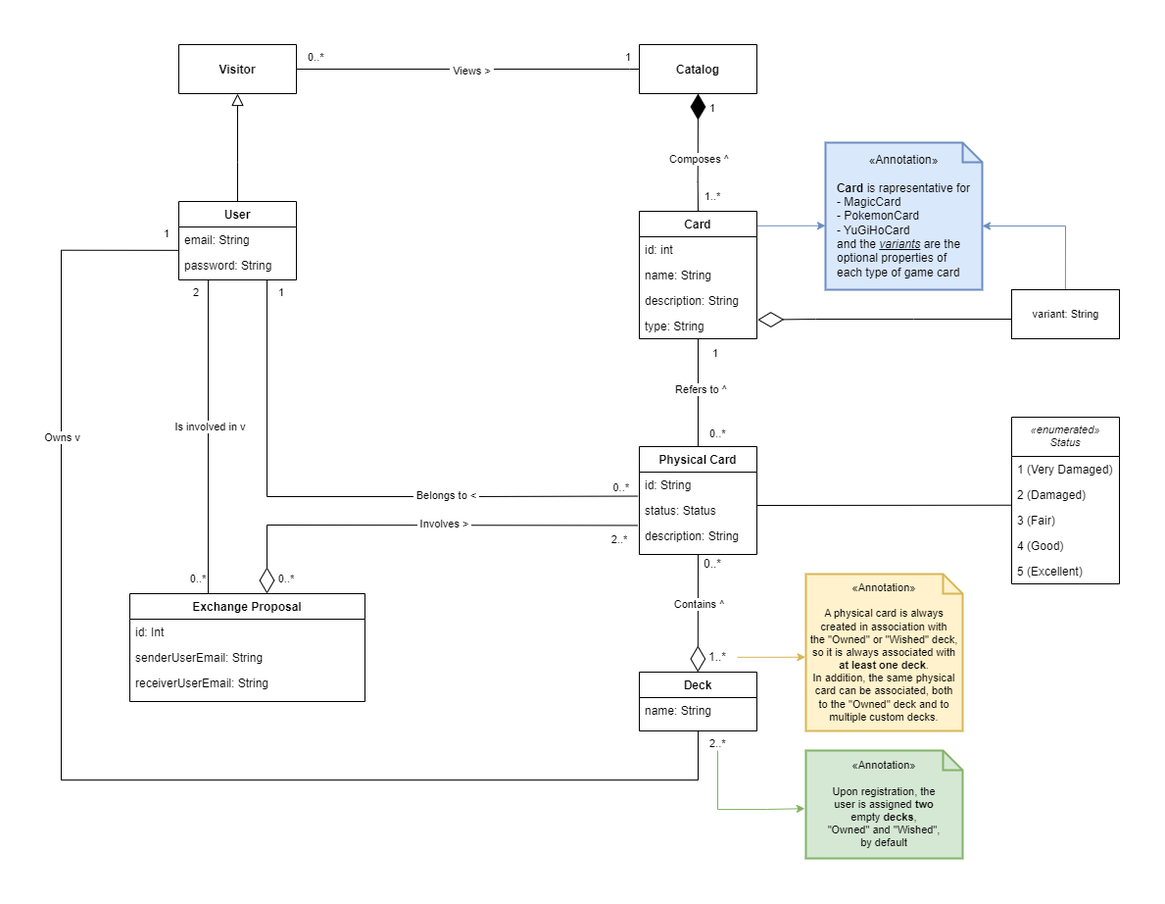
Earlier version of the draw.io export DOC/Inception/Artifacts/DomainModel/DomainModel.png (alessioarcara/Card-Exchange). Source tidied: cells renumbered, new cells last; positions are measured from the earlier drawing's top-left corner, leaving out a move shared by most shapes.
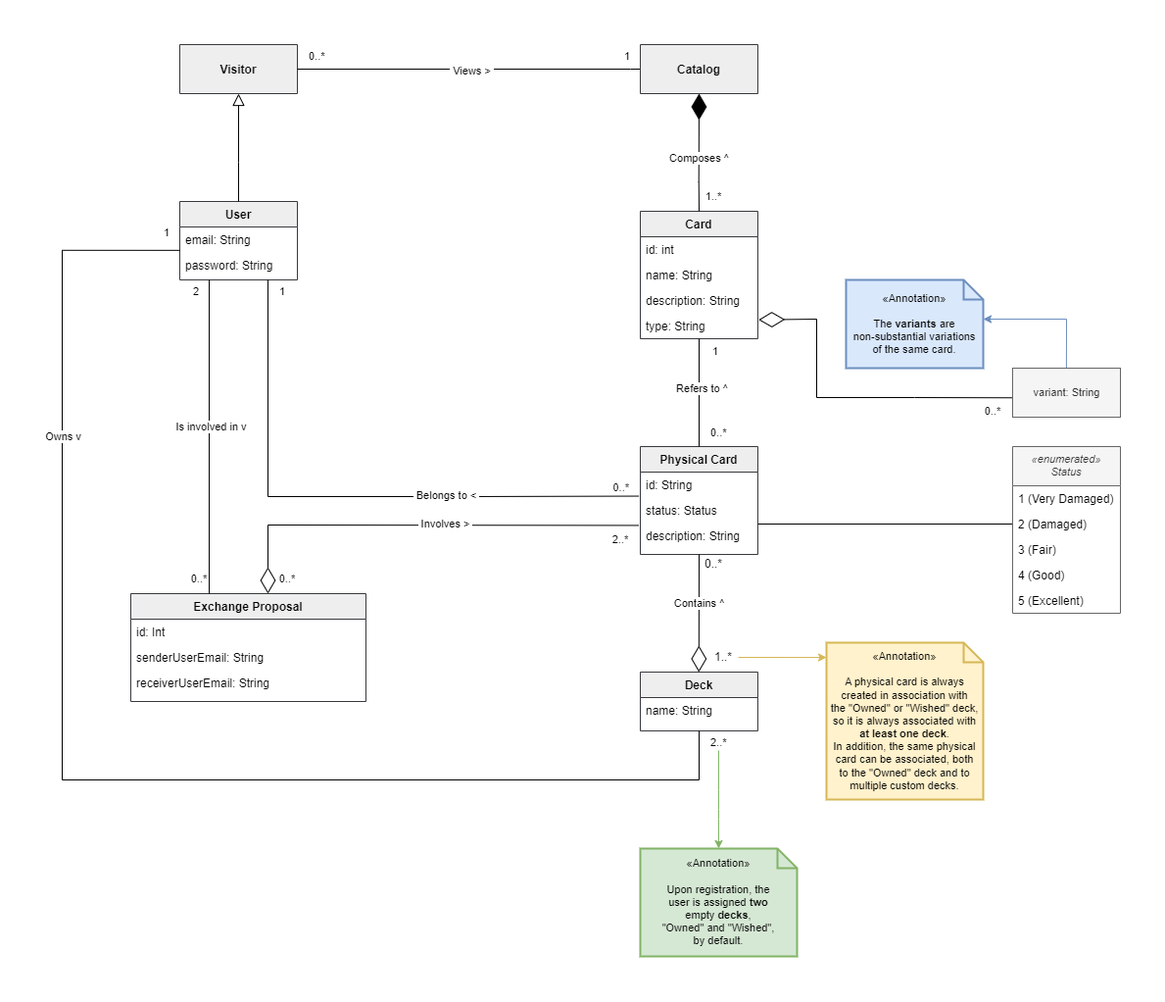
After the commit.

The edit, as a diff of the source:
```diff
@@ -4,6 +4,6 @@
     <mxCell id="1" parent="0" />
-    <mxCell id="2" value="Visitor" style="swimlane;fontStyle=1;align=center;verticalAlign=middle;horizontal=1;startSize=50;rounded=0;shadow=0;strokeWidth=1;" parent="1" vertex="1">
+    <mxCell id="2" value="Visitor" style="swimlane;fontStyle=1;align=center;verticalAlign=middle;horizontal=1;startSize=50;rounded=0;shadow=0;strokeWidth=1;fillColor=#eeeeee;strokeColor=#36393d;" parent="1" vertex="1">
       <mxGeometry x="120" width="120" height="50" as="geometry" />
     </mxCell>
-    <mxCell id="3" value="User" style="swimlane;fontStyle=1;align=center;verticalAlign=top;horizontal=1;startSize=26;rounded=0;shadow=0;strokeWidth=1;" parent="1" vertex="1">
+    <mxCell id="3" value="User" style="swimlane;fontStyle=1;align=center;verticalAlign=top;horizontal=1;startSize=26;rounded=0;shadow=0;strokeWidth=1;fillColor=#eeeeee;strokeColor=#36393d;" parent="1" vertex="1">
       <mxGeometry x="120" y="160" width="120" height="80" as="geometry" />
@@ -26,3 +26,3 @@
     </mxCell>
-    <mxCell id="7" value="Card" style="swimlane;fontStyle=1;align=center;verticalAlign=top;horizontal=1;startSize=26;rounded=0;shadow=0;strokeWidth=1;" parent="1" vertex="1">
+    <mxCell id="7" value="Card" style="swimlane;fontStyle=1;align=center;verticalAlign=top;horizontal=1;startSize=26;rounded=0;shadow=0;strokeWidth=1;fillColor=#eeeeee;strokeColor=#36393d;" parent="1" vertex="1">
       <mxGeometry x="590" y="170" width="120" height="130" as="geometry" />
@@ -41,3 +41,3 @@
     </mxCell>
-    <mxCell id="12" value="Physical Card" style="swimlane;fontStyle=1;align=center;verticalAlign=top;horizontal=1;startSize=26;rounded=0;shadow=0;strokeWidth=1;" parent="1" vertex="1">
+    <mxCell id="12" value="Physical Card" style="swimlane;fontStyle=1;align=center;verticalAlign=top;horizontal=1;startSize=26;rounded=0;shadow=0;strokeWidth=1;fillColor=#eeeeee;strokeColor=#36393d;" parent="1" vertex="1">
       <mxGeometry x="590" y="410" width="120" height="110" as="geometry" />
@@ -53,3 +53,3 @@
     </mxCell>
-    <mxCell id="16" value="Deck" style="swimlane;fontStyle=1;align=center;verticalAlign=top;horizontal=1;startSize=26;rounded=0;shadow=0;strokeWidth=1;" parent="1" vertex="1">
+    <mxCell id="16" value="Deck" style="swimlane;fontStyle=1;align=center;verticalAlign=top;horizontal=1;startSize=26;rounded=0;shadow=0;strokeWidth=1;fillColor=#eeeeee;strokeColor=#36393d;" parent="1" vertex="1">
       <mxGeometry x="590" y="640" width="120" height="60" as="geometry" />
@@ -60,3 +60,3 @@
     <mxCell id="18" value="1..*" style="text;html=1;strokeColor=none;fillColor=none;align=center;verticalAlign=middle;whiteSpace=wrap;rounded=0;" parent="1" vertex="1">
-      <mxGeometry x="640" y="610" width="60" height="30" as="geometry" />
+      <mxGeometry x="660" y="610" width="30" height="30" as="geometry" />
     </mxCell>
@@ -65,3 +65,3 @@
     </mxCell>
-    <mxCell id="20" value="Exchange Proposal" style="swimlane;fontStyle=1;align=center;verticalAlign=top;horizontal=1;startSize=26;rounded=0;shadow=0;strokeWidth=1;" parent="1" vertex="1">
+    <mxCell id="20" value="Exchange Proposal" style="swimlane;fontStyle=1;align=center;verticalAlign=top;horizontal=1;startSize=26;rounded=0;shadow=0;strokeWidth=1;fillColor=#eeeeee;strokeColor=#36393d;" parent="1" vertex="1">
       <mxGeometry x="70" y="560" width="240" height="110" as="geometry" />
@@ -201,7 +201,7 @@
     </mxCell>
-    <mxCell id="45" style="endArrow=none;html=1;edgeStyle=orthogonalEdgeStyle;rounded=0;entryX=0.005;entryY=0.915;entryDx=0;entryDy=0;entryPerimeter=0;" parent="1" edge="1" target="48">
+    <mxCell id="45" style="endArrow=none;html=1;edgeStyle=orthogonalEdgeStyle;rounded=0;entryX=0;entryY=0.5;entryDx=0;entryDy=0;" parent="1" edge="1" target="48">
       <mxGeometry relative="1" as="geometry">
-        <mxPoint x="710" y="470" as="sourcePoint" />
+        <mxPoint x="710" y="489" as="sourcePoint" />
         <Array as="points">
-          <mxPoint x="971" y="470" />
+          <mxPoint x="710" y="489" />
         </Array>
@@ -209,4 +209,4 @@
     </mxCell>
-    <mxCell id="46" value="«enumerated»&#10;Status" style="swimlane;fontStyle=2;align=center;verticalAlign=top;horizontal=1;startSize=40;rounded=0;shadow=0;strokeWidth=1;fontSize=11;" parent="1" vertex="1">
-      <mxGeometry x="970" y="380" width="110" height="170" as="geometry" />
+    <mxCell id="46" value="«enumerated»&#10;Status" style="swimlane;fontStyle=2;align=center;verticalAlign=top;horizontal=1;startSize=40;rounded=0;shadow=0;strokeWidth=1;fontSize=11;fillColor=#f5f5f5;fontColor=#333333;strokeColor=#666666;" parent="1" vertex="1">
+      <mxGeometry x="970" y="410" width="110" height="170" as="geometry" />
     </mxCell>
@@ -237,10 +237,10 @@
     </mxCell>
-    <mxCell id="54" value="variant: String" style="html=1;fontSize=11;" parent="1" vertex="1">
-      <mxGeometry x="970" y="250" width="110" height="50" as="geometry" />
+    <mxCell id="54" value="variant: String" style="html=1;fontSize=11;fillColor=#f5f5f5;strokeColor=#666666;fontColor=#333333;" parent="1" vertex="1">
+      <mxGeometry x="970" y="330" width="110" height="50" as="geometry" />
     </mxCell>
-    <mxCell id="55" style="endArrow=diamondThin;endFill=0;endSize=24;html=1;rounded=0;fontSize=11;entryX=1.006;entryY=0.258;entryDx=0;entryDy=0;entryPerimeter=0;" parent="1" edge="1" target="11">
+    <mxCell id="55" style="endArrow=diamondThin;endFill=0;endSize=24;html=1;rounded=0;fontSize=11;entryX=1.006;entryY=0.258;entryDx=0;entryDy=0;entryPerimeter=0;exitX=-0.005;exitY=0.605;exitDx=0;exitDy=0;exitPerimeter=0;" parent="1" edge="1" source="54" target="11">
       <mxGeometry relative="1" as="geometry">
-        <mxPoint x="970" y="280" as="sourcePoint" />
         <Array as="points">
-          <mxPoint x="870" y="280" />
+          <mxPoint x="870" y="360" />
+          <mxPoint x="770" y="360" />
           <mxPoint x="770" y="280" />
@@ -249,5 +249,2 @@
     </mxCell>
-    <mxCell id="56" value="1" style="text;html=1;strokeColor=none;fillColor=none;align=center;verticalAlign=middle;whiteSpace=wrap;rounded=0;fontSize=11;" parent="1" vertex="1">
-      <mxGeometry x="635" y="50" width="60" height="30" as="geometry" />
-    </mxCell>
     <mxCell id="57" value="1..*" style="text;html=1;strokeColor=none;fillColor=none;align=center;verticalAlign=middle;whiteSpace=wrap;rounded=0;fontSize=11;" parent="1" vertex="1">
@@ -255,17 +252,13 @@
     </mxCell>
-    <mxCell id="58" value="&lt;div style=&quot;border-color: var(--border-color); font-size: 12px;&quot;&gt;&lt;font style=&quot;border-color: var(--border-color);&quot;&gt;«Annotation»&lt;/font&gt;&lt;/div&gt;&lt;div style=&quot;border-color: var(--border-color); font-size: 12px; text-align: left;&quot;&gt;&lt;span style=&quot;border-color: var(--border-color); background-color: initial;&quot;&gt;&lt;br style=&quot;border-color: var(--border-color);&quot;&gt;&lt;/span&gt;&lt;/div&gt;&lt;font style=&quot;border-color: var(--border-color); font-size: 12px; text-align: left;&quot;&gt;&lt;div style=&quot;border-color: var(--border-color);&quot;&gt;&lt;b style=&quot;border-color: var(--border-color); background-color: initial;&quot;&gt;Card&amp;nbsp;&lt;/b&gt;&lt;span style=&quot;border-color: var(--border-color); background-color: initial;&quot;&gt;is rapresentative for&lt;/span&gt;&lt;/div&gt;&lt;div style=&quot;border-color: var(--border-color);&quot;&gt;&lt;span style=&quot;border-color: var(--border-color); background-color: initial;&quot;&gt;- MagicCard&lt;/span&gt;&lt;/div&gt;&lt;div style=&quot;border-color: var(--border-color);&quot;&gt;&lt;span style=&quot;border-color: var(--border-color); background-color: initial;&quot;&gt;- PokemonCard&lt;/span&gt;&lt;/div&gt;&lt;div style=&quot;border-color: var(--border-color);&quot;&gt;&lt;span style=&quot;border-color: var(--border-color); background-color: initial;&quot;&gt;- YuGiHoCard&lt;/span&gt;&lt;/div&gt;&lt;div style=&quot;border-color: var(--border-color);&quot;&gt;&lt;span style=&quot;border-color: var(--border-color); background-color: initial;&quot;&gt;and the &lt;i style=&quot;&quot;&gt;&lt;u&gt;variants&lt;/u&gt;&lt;/i&gt;&amp;nbsp;are the&lt;/span&gt;&lt;/div&gt;&lt;div style=&quot;border-color: var(--border-color);&quot;&gt;&lt;span style=&quot;border-color: var(--border-color); background-color: initial;&quot;&gt;optional properties of&amp;nbsp;&lt;/span&gt;&lt;/div&gt;&lt;div style=&quot;border-color: var(--border-color);&quot;&gt;&lt;span style=&quot;border-color: var(--border-color); background-color: initial;&quot;&gt;each type of&amp;nbsp;&lt;/span&gt;&lt;span style=&quot;background-color: initial;&quot;&gt;game card&lt;/span&gt;&lt;/div&gt;&lt;/font&gt;" style="shape=note;strokeWidth=2;fontSize=14;size=20;whiteSpace=wrap;html=1;fillColor=#dae8fc;strokeColor=#6c8ebf;" parent="1" vertex="1">
-      <mxGeometry x="780" y="100" width="160" height="150" as="geometry" />
-    </mxCell>
-    <mxCell id="59" style="endArrow=classic;html=1;rounded=0;entryX=0;entryY=0.565;entryDx=0;entryDy=0;entryPerimeter=0;exitX=1.004;exitY=0.114;exitDx=0;exitDy=0;exitPerimeter=0;fillColor=#dae8fc;strokeColor=#6c8ebf;" parent="1" edge="1" source="7" target="58">
-      <mxGeometry relative="1" as="geometry" />
-    </mxCell>
-    <mxCell id="60" value="&lt;div style=&quot;border-color: var(--border-color); font-size: 11px;&quot;&gt;&lt;font style=&quot;border-color: var(--border-color); font-size: 11px;&quot;&gt;«Annotation»&lt;/font&gt;&lt;/div&gt;&lt;div style=&quot;border-color: var(--border-color); font-size: 11px;&quot;&gt;&lt;span style=&quot;border-color: var(--border-color); background-color: initial;&quot;&gt;&lt;font style=&quot;font-size: 11px;&quot;&gt;&lt;br style=&quot;border-color: var(--border-color);&quot;&gt;&lt;/font&gt;&lt;/span&gt;&lt;/div&gt;&lt;font style=&quot;border-color: var(--border-color); font-size: 11px;&quot;&gt;&lt;div style=&quot;border-color: var(--border-color);&quot;&gt;&lt;span style=&quot;border-color: var(--border-color); background-color: initial;&quot;&gt;Upon registration, the&lt;/span&gt;&lt;/div&gt;&lt;div style=&quot;border-color: var(--border-color);&quot;&gt;&lt;span style=&quot;border-color: var(--border-color); background-color: initial;&quot;&gt;user&amp;nbsp;&lt;/span&gt;&lt;span style=&quot;background-color: initial; border-color: var(--border-color);&quot;&gt;is assigned &lt;b&gt;two &lt;/b&gt;empty&amp;nbsp;&lt;/span&gt;&lt;b style=&quot;background-color: initial;&quot;&gt;decks&lt;/b&gt;&lt;span style=&quot;background-color: initial;&quot;&gt;,&lt;/span&gt;&lt;/div&gt;&lt;div style=&quot;border-color: var(--border-color);&quot;&gt;&lt;span style=&quot;background-color: initial;&quot;&gt;&quot;Owned&quot; and &quot;Wished&quot;,&lt;/span&gt;&lt;/div&gt;&lt;div style=&quot;border-color: var(--border-color);&quot;&gt;&lt;span style=&quot;background-color: initial;&quot;&gt;by default&lt;/span&gt;&lt;/div&gt;&lt;/font&gt;" style="shape=note;strokeWidth=2;fontSize=14;size=20;whiteSpace=wrap;html=1;fillColor=#d5e8d4;strokeColor=#82b366;align=center;" parent="1" vertex="1">
-      <mxGeometry x="760" y="720" width="160" height="110" as="geometry" />
+    <mxCell id="60" value="&lt;div style=&quot;border-color: var(--border-color); font-size: 11px;&quot;&gt;&lt;font style=&quot;border-color: var(--border-color); font-size: 11px;&quot;&gt;«Annotation»&lt;/font&gt;&lt;/div&gt;&lt;div style=&quot;border-color: var(--border-color); font-size: 11px;&quot;&gt;&lt;span style=&quot;border-color: var(--border-color); background-color: initial;&quot;&gt;&lt;font style=&quot;font-size: 11px;&quot;&gt;&lt;br style=&quot;border-color: var(--border-color);&quot;&gt;&lt;/font&gt;&lt;/span&gt;&lt;/div&gt;&lt;font style=&quot;border-color: var(--border-color); font-size: 11px;&quot;&gt;&lt;div style=&quot;border-color: var(--border-color);&quot;&gt;&lt;span style=&quot;border-color: var(--border-color); background-color: initial;&quot;&gt;Upon registration, the&lt;/span&gt;&lt;/div&gt;&lt;div style=&quot;border-color: var(--border-color);&quot;&gt;&lt;span style=&quot;border-color: var(--border-color); background-color: initial;&quot;&gt;user&amp;nbsp;&lt;/span&gt;&lt;span style=&quot;background-color: initial; border-color: var(--border-color);&quot;&gt;is assigned &lt;b&gt;two &lt;/b&gt;empty&amp;nbsp;&lt;/span&gt;&lt;b style=&quot;background-color: initial;&quot;&gt;decks&lt;/b&gt;&lt;span style=&quot;background-color: initial;&quot;&gt;,&lt;/span&gt;&lt;/div&gt;&lt;div style=&quot;border-color: var(--border-color);&quot;&gt;&lt;span style=&quot;background-color: initial;&quot;&gt;&quot;Owned&quot; and &quot;Wished&quot;,&lt;/span&gt;&lt;/div&gt;&lt;div style=&quot;border-color: var(--border-color);&quot;&gt;&lt;span style=&quot;background-color: initial;&quot;&gt;by default.&lt;/span&gt;&lt;/div&gt;&lt;/font&gt;" style="shape=note;strokeWidth=2;fontSize=14;size=20;whiteSpace=wrap;html=1;fillColor=#d5e8d4;strokeColor=#82b366;align=center;" parent="1" vertex="1">
+      <mxGeometry x="590" y="820" width="160" height="110" as="geometry" />
     </mxCell>
-    <mxCell id="61" style="endArrow=classic;html=1;rounded=0;fillColor=#d5e8d4;strokeColor=#82b366;entryX=-0.007;entryY=0.538;entryDx=0;entryDy=0;entryPerimeter=0;" parent="1" edge="1" target="60">
+    <mxCell id="61" style="endArrow=classic;html=1;rounded=0;fillColor=#d5e8d4;strokeColor=#82b366;" parent="1" edge="1">
       <mxGeometry relative="1" as="geometry">
         <mxPoint x="670" y="720" as="sourcePoint" />
+        <mxPoint x="670" y="820" as="targetPoint" />
         <Array as="points">
+          <mxPoint x="670" y="760" />
           <mxPoint x="670" y="780" />
-          <mxPoint x="720" y="780" />
+          <mxPoint x="670" y="790" />
         </Array>
@@ -273,6 +266,7 @@
     </mxCell>
-    <mxCell id="62" style="endArrow=classic;html=1;rounded=0;entryX=0;entryY=0;entryDx=160;entryDy=85;entryPerimeter=0;exitX=0.499;exitY=-0.012;exitDx=0;exitDy=0;exitPerimeter=0;fillColor=#dae8fc;strokeColor=#6c8ebf;" parent="1" edge="1" source="54" target="58">
+    <mxCell id="62" style="endArrow=classic;html=1;rounded=0;exitX=0.499;exitY=-0.012;exitDx=0;exitDy=0;exitPerimeter=0;fillColor=#dae8fc;strokeColor=#6c8ebf;" parent="1" edge="1" source="54">
       <mxGeometry relative="1" as="geometry">
+        <mxPoint x="940" y="280" as="targetPoint" />
         <Array as="points">
-          <mxPoint x="1025" y="185" />
+          <mxPoint x="1025" y="280" />
         </Array>
@@ -280,3 +274,3 @@
     </mxCell>
-    <mxCell id="63" value="Catalog" style="swimlane;fontStyle=1;align=center;verticalAlign=middle;horizontal=1;startSize=50;rounded=0;shadow=0;strokeWidth=1;" parent="1" vertex="1">
+    <mxCell id="63" value="Catalog" style="swimlane;fontStyle=1;align=center;verticalAlign=middle;horizontal=1;startSize=50;rounded=0;shadow=0;strokeWidth=1;fillColor=#eeeeee;strokeColor=#36393d;" parent="1" vertex="1">
       <mxGeometry x="590" width="120" height="50" as="geometry" />
@@ -305,11 +299,14 @@
     </mxCell>
-    <mxCell id="69" style="endArrow=classic;html=1;rounded=0;entryX=0;entryY=0.565;entryDx=0;entryDy=0;entryPerimeter=0;exitX=1.004;exitY=0.114;exitDx=0;exitDy=0;exitPerimeter=0;fillColor=#fff2cc;strokeColor=#d6b656;" parent="1" edge="1">
-      <mxGeometry relative="1" as="geometry">
-        <mxPoint x="690" y="624.8" as="sourcePoint" />
-        <mxPoint x="759.5" y="624.8" as="targetPoint" />
-      </mxGeometry>
+    <mxCell id="69" style="endArrow=classic;html=1;rounded=0;fillColor=#fff2cc;strokeColor=#d6b656;entryX=0;entryY=0.094;entryDx=0;entryDy=0;entryPerimeter=0;exitX=1;exitY=0.5;exitDx=0;exitDy=0;" parent="1" edge="1" source="18" target="70">
+      <mxGeometry relative="1" as="geometry" />
     </mxCell>
     <mxCell id="70" value="&lt;div style=&quot;border-color: var(--border-color); font-size: 11px;&quot;&gt;&lt;font style=&quot;border-color: var(--border-color); font-size: 11px;&quot;&gt;«Annotation»&lt;/font&gt;&lt;/div&gt;&lt;div style=&quot;border-color: var(--border-color); font-size: 11px;&quot;&gt;&lt;span style=&quot;border-color: var(--border-color); background-color: initial;&quot;&gt;&lt;font style=&quot;font-size: 11px;&quot;&gt;&lt;br style=&quot;border-color: var(--border-color);&quot;&gt;&lt;/font&gt;&lt;/span&gt;&lt;/div&gt;&lt;font style=&quot;border-color: var(--border-color); font-size: 11px;&quot;&gt;&lt;div style=&quot;border-color: var(--border-color);&quot;&gt;&lt;font style=&quot;font-size: 11px;&quot;&gt;A physical card is always created in association with&lt;/font&gt;&lt;/div&gt;&lt;div style=&quot;border-color: var(--border-color);&quot;&gt;&lt;font style=&quot;font-size: 11px;&quot;&gt;the &quot;Owned&quot; or &quot;Wished&quot;&amp;nbsp;&lt;/font&gt;&lt;span style=&quot;background-color: initial;&quot;&gt;deck, so it is always&amp;nbsp;&lt;/span&gt;&lt;span style=&quot;background-color: initial;&quot;&gt;associated with &lt;b&gt;at least&amp;nbsp;&lt;/b&gt;&lt;/span&gt;&lt;span style=&quot;background-color: initial;&quot;&gt;&lt;b&gt;one deck&lt;/b&gt;.&lt;/span&gt;&lt;/div&gt;&lt;div style=&quot;border-color: var(--border-color);&quot;&gt;&lt;font style=&quot;font-size: 11px;&quot;&gt;In addition, the same physical card can be associated, both&lt;/font&gt;&lt;/div&gt;&lt;div style=&quot;border-color: var(--border-color);&quot;&gt;&lt;font style=&quot;font-size: 11px;&quot;&gt;to the &quot;Owned&quot; deck and to multiple custom decks.&lt;/font&gt;&lt;br&gt;&lt;/div&gt;&lt;/font&gt;" style="shape=note;strokeWidth=2;fontSize=14;size=20;whiteSpace=wrap;html=1;fillColor=#fff2cc;strokeColor=#d6b656;align=center;" parent="1" vertex="1">
-      <mxGeometry x="760" y="540" width="160" height="160" as="geometry" />
+      <mxGeometry x="780" y="610" width="160" height="160" as="geometry" />
     </mxCell>
+    <mxCell id="71" value="&lt;div style=&quot;border-color: var(--border-color); font-size: 11px;&quot;&gt;&lt;font style=&quot;border-color: var(--border-color); font-size: 11px;&quot;&gt;«Annotation»&lt;/font&gt;&lt;/div&gt;&lt;div style=&quot;border-color: var(--border-color); font-size: 11px;&quot;&gt;&lt;span style=&quot;border-color: var(--border-color); background-color: initial;&quot;&gt;&lt;font style=&quot;font-size: 11px;&quot;&gt;&lt;br style=&quot;border-color: var(--border-color);&quot;&gt;&lt;/font&gt;&lt;/span&gt;&lt;/div&gt;&lt;font style=&quot;border-color: var(--border-color); font-size: 11px;&quot;&gt;&lt;div style=&quot;border-color: var(--border-color);&quot;&gt;&lt;span style=&quot;border-color: var(--border-color); background-color: initial;&quot;&gt;The &lt;b&gt;variants&lt;/b&gt;&amp;nbsp;are&lt;/span&gt;&lt;/div&gt;&lt;div style=&quot;border-color: var(--border-color);&quot;&gt;&lt;span style=&quot;border-color: var(--border-color); background-color: initial;&quot;&gt;non-substantial variations&lt;/span&gt;&lt;/div&gt;&lt;div style=&quot;border-color: var(--border-color);&quot;&gt;&lt;span style=&quot;border-color: var(--border-color); background-color: initial;&quot;&gt;of the same card.&lt;/span&gt;&lt;/div&gt;&lt;/font&gt;" style="shape=note;strokeWidth=2;fontSize=14;size=20;whiteSpace=wrap;html=1;fillColor=#dae8fc;strokeColor=#6c8ebf;align=center;" parent="1" vertex="1">
+      <mxGeometry x="800" y="240" width="140" height="90" as="geometry" />
+    </mxCell>
+    <mxCell id="72" value="0..*" style="text;html=1;strokeColor=none;fillColor=none;align=center;verticalAlign=middle;whiteSpace=wrap;rounded=0;fontSize=11;" parent="1" vertex="1">
+      <mxGeometry x="920" y="359" width="60" height="30" as="geometry" />
+    </mxCell>
   </root>
```
